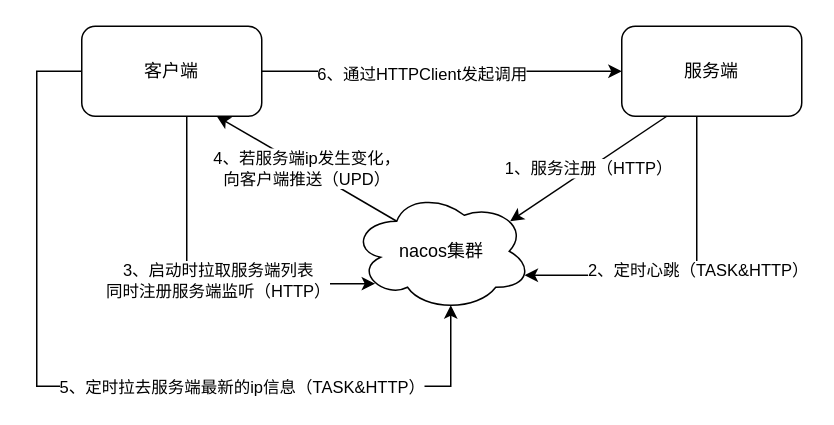
Earlier version of the draw.io diagram nacos_naming.drawio (julingpu/coffee). Source tidied: cells renumbered, new cells numbered last; positions are measured from the earlier drawing's top-left corner, leaving out a move shared by most shapes. Both pictures are drawn from the tidied source at 150%, with x=0, y=0 at pixel (36, 26).
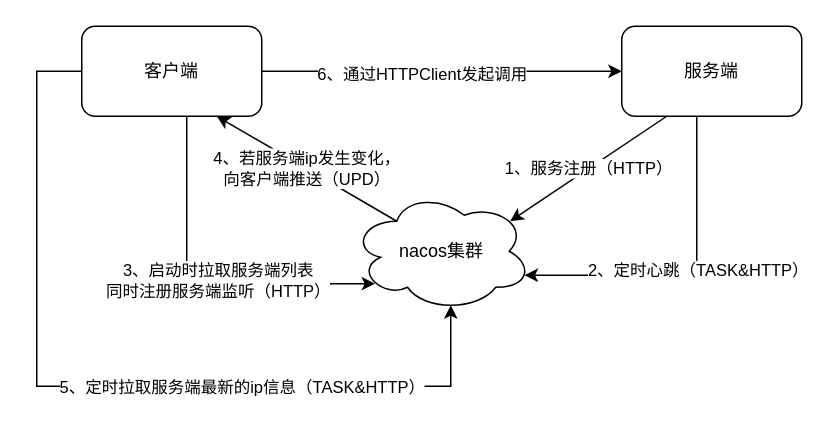
After the change.

Unchanged cells that the change refers to:
```xml
<mxCell id="5" style="edgeStyle=orthogonalEdgeStyle;rounded=0;jettySize=auto;html=1;exitX=0;exitY=0.5;exitDx=0;exitDy=0;entryX=0.55;entryY=0.95;entryDx=0;entryDy=0;entryPerimeter=0;" parent="1" edge="1" source="9" target="2">
  <mxGeometry relative="1" as="geometry">
    <Array as="points">
      <mxPoint y="30" />
      <mxPoint y="240" />
      <mxPoint x="276" y="240" />
    </Array>
  </mxGeometry>
</mxCell>
```

What changed in the source:
```diff
@@
-    <mxCell id="6" value="5、定时拉去服务端最新的ip信息（TASK&amp;amp;HTTP）" style="edgeLabel;html=1;align=center;verticalAlign=middle;" parent="5" vertex="1">
+    <mxCell id="6" value="5、定时拉取服务端最新的ip信息（TASK&amp;amp;HTTP）" style="edgeLabel;html=1;align=center;verticalAlign=middle;" parent="5" vertex="1">
       <mxGeometry x="0.32" relative="1" as="geometry" />
     </mxCell>
```
